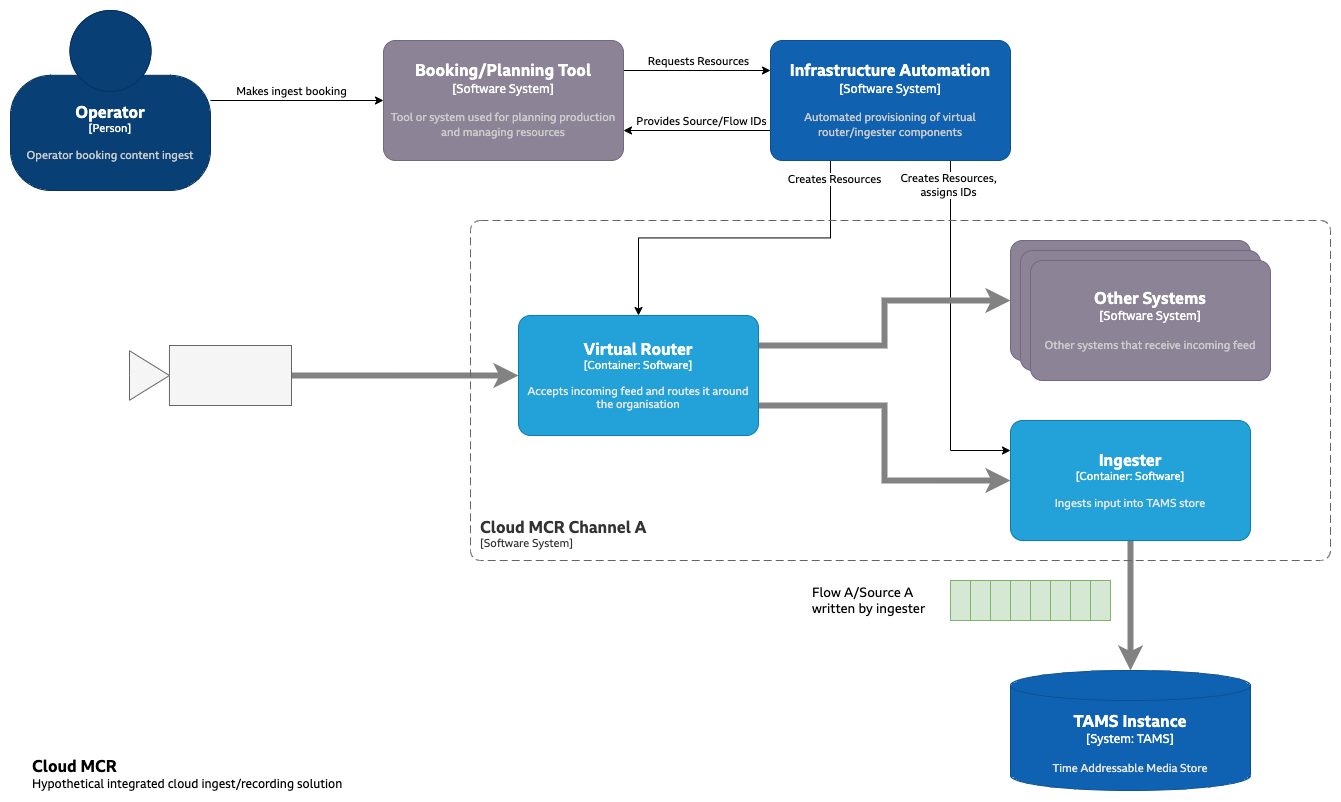
Above: docs/appnotes/images/0010-long-running-sources-and-flows-fig1-cloud-mcr.png in bbc/tams (draw.io), before the change. Source tidied: cells renumbered, new cells last; positions are measured from the earlier drawing's top-left corner, leaving out a move shared by most shapes.
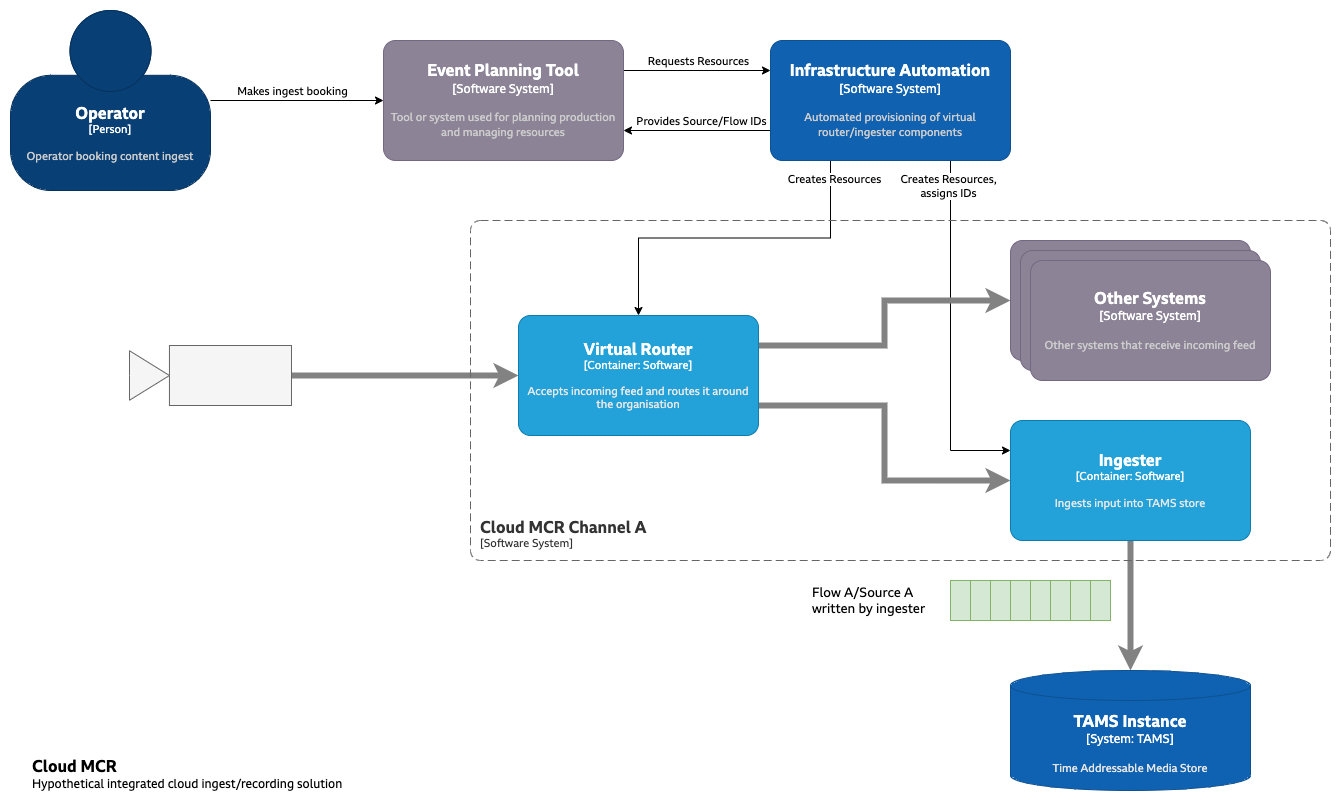
Above is the later version.

Change to the diagram source:
```diff
@@ -29,7 +29,7 @@
         <mxPoint y="-9" as="offset" />
       </mxGeometry>
     </mxCell>
-    <object id="9" label="&lt;font style=&quot;font-size: 16px&quot;&gt;&lt;b&gt;%c4Name%&lt;/b&gt;&lt;/font&gt;&lt;div&gt;[%c4Type%]&lt;/div&gt;&lt;br&gt;&lt;div&gt;&lt;font style=&quot;font-size: 11px&quot;&gt;&lt;font color=&quot;#cccccc&quot;&gt;%c4Description%&lt;/font&gt;&lt;/font&gt;&lt;/div&gt;" c4Description="Tool or system used for planning production and managing resources" c4Name="Booking/Planning Tool" c4Type="Software System" placeholders="1">
+    <object id="9" label="&lt;font style=&quot;font-size: 16px&quot;&gt;&lt;b&gt;%c4Name%&lt;/b&gt;&lt;/font&gt;&lt;div&gt;[%c4Type%]&lt;/div&gt;&lt;br&gt;&lt;div&gt;&lt;font style=&quot;font-size: 11px&quot;&gt;&lt;font color=&quot;#cccccc&quot;&gt;%c4Description%&lt;/font&gt;&lt;/font&gt;&lt;/div&gt;" c4Description="Tool or system used for planning production and managing resources" c4Name="Event Planning Tool" c4Type="Software System" placeholders="1">
       <mxCell style="rounded=1;whiteSpace=wrap;html=1;labelBackgroundColor=none;fillColor=#8C8496;fontColor=#ffffff;align=center;arcSize=10;strokeColor=#736782;points=[[0.25,0,0],[0.5,0,0],[0.75,0,0],[1,0.25,0],[1,0.5,0],[1,0.75,0],[0.75,1,0],[0.5,1,0],[0.25,1,0],[0,0.75,0],[0,0.5,0],[0,0.25,0]];fontFamily=BBC Reith Sans;" parent="1" vertex="1">
         <mxGeometry x="373" y="30" width="240" height="120" as="geometry" />
       </mxCell>
```
